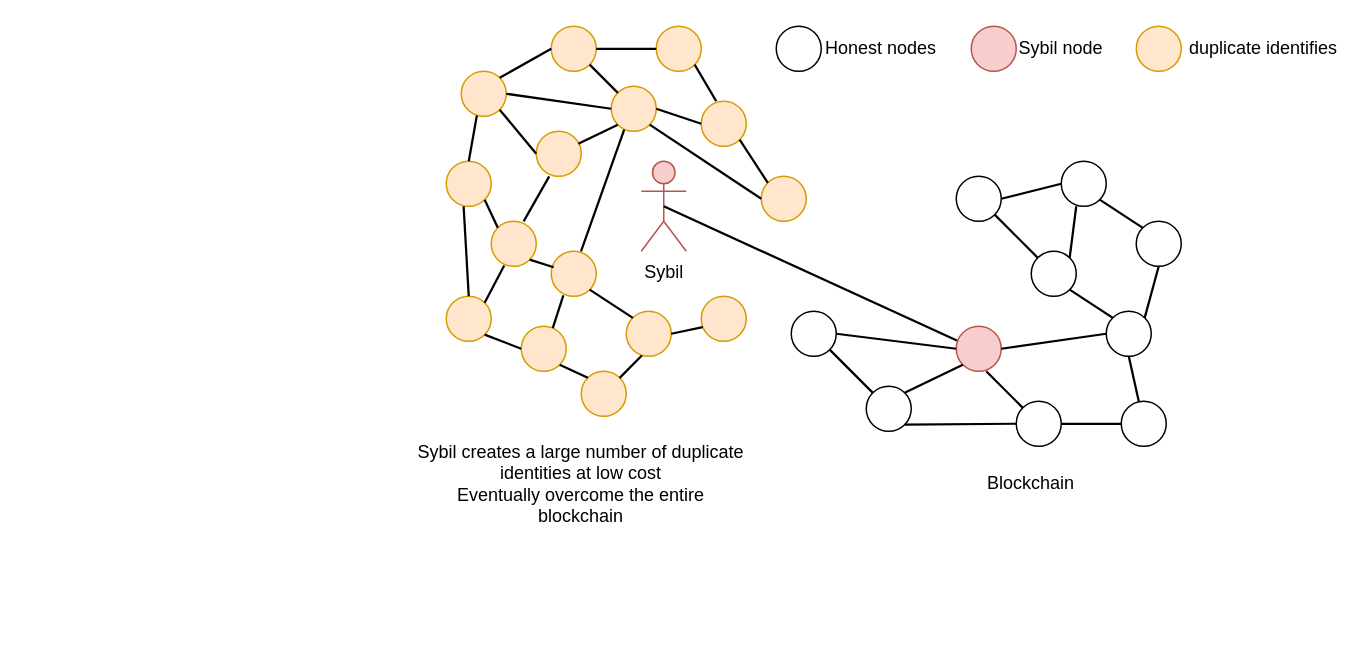
Above: ethereum-research/consensus/consensus itself/Sybil attack.drawio in 0xyicheng/a-research-diagram (draw.io), before the change. Source tidied: cells renumbered, new cells numbered last; positions are measured from the earlier drawing's top-left corner, leaving out a move shared by most shapes. Both pictures are drawn from the tidied source at 150%, with x=0, y=0 at pixel (416, 26).
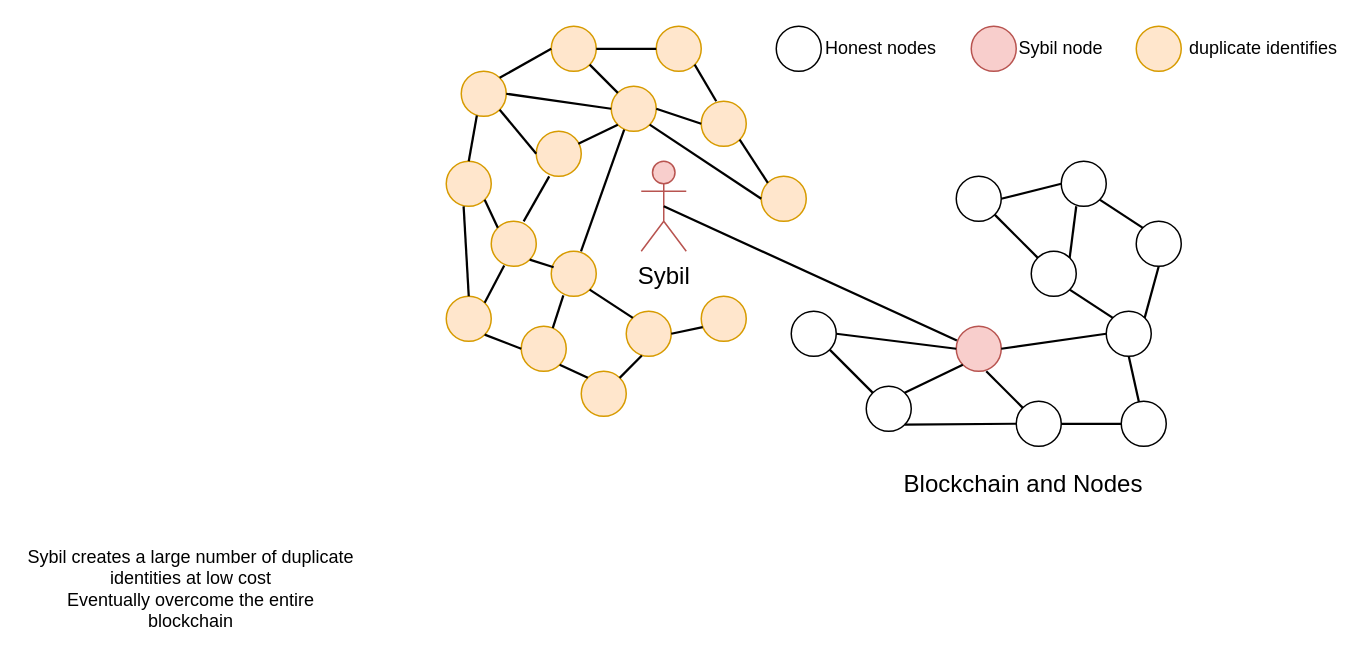
The same diagram, later.

Diff of the diagram source:
```diff
@@
-    <mxCell id="12" value="Sybil" style="shape=umlActor;verticalLabelPosition=bottom;verticalAlign=top;html=1;outlineConnect=0;fillColor=#f8cecc;strokeColor=#b85450;" parent="1" vertex="1">
+    <mxCell id="12" value="&lt;font style=&quot;font-size: 16px;&quot;&gt;Sybil&lt;/font&gt;" style="shape=umlActor;verticalLabelPosition=bottom;verticalAlign=top;html=1;outlineConnect=0;fillColor=#f8cecc;strokeColor=#b85450;" parent="1" vertex="1">
       <mxGeometry x="150" y="90" width="30" height="60" as="geometry" />
     </mxCell>
@@
-    <mxCell id="48" value="&lt;div&gt;Sybil creates a large number of duplicate identities at low cost&lt;/div&gt;&lt;div&gt;Eventually overcome the entire blockchain&lt;/div&gt;" style="text;html=1;strokeColor=none;fillColor=none;align=center;verticalAlign=middle;whiteSpace=wrap;rounded=0;" parent="1" vertex="1">
-      <mxGeometry y="270" width="220" height="70" as="geometry" />
+    <mxCell id="48" value="&lt;div style=&quot;user-select: auto;&quot;&gt;Sybil creates a large number of duplicate identities at low cost&lt;/div&gt;&lt;div style=&quot;user-select: auto;&quot;&gt;Eventually overcome the entire blockchain&lt;/div&gt;" style="text;html=1;strokeColor=none;fillColor=none;align=center;verticalAlign=middle;whiteSpace=wrap;rounded=0;" parent="1" vertex="1">
+      <mxGeometry x="-260" y="340" width="220" height="70" as="geometry" />
     </mxCell>
@@
-    <mxCell id="73" value="Blockchain" style="text;html=1;strokeColor=none;fillColor=none;align=center;verticalAlign=middle;whiteSpace=wrap;rounded=0;" parent="1" vertex="1">
-      <mxGeometry x="380" y="290" width="60" height="30" as="geometry" />
-    </mxCell>
+    <mxCell id="74" value="&lt;font style=&quot;font-size: 16px;&quot;&gt;Blockchain and Nodes&lt;/font&gt;" style="text;html=1;strokeColor=none;fillColor=none;align=center;verticalAlign=middle;whiteSpace=wrap;rounded=0;" parent="1" vertex="1">
+      <mxGeometry x="320" y="290" width="170" height="30" as="geometry" />
+    </mxCell>
```
